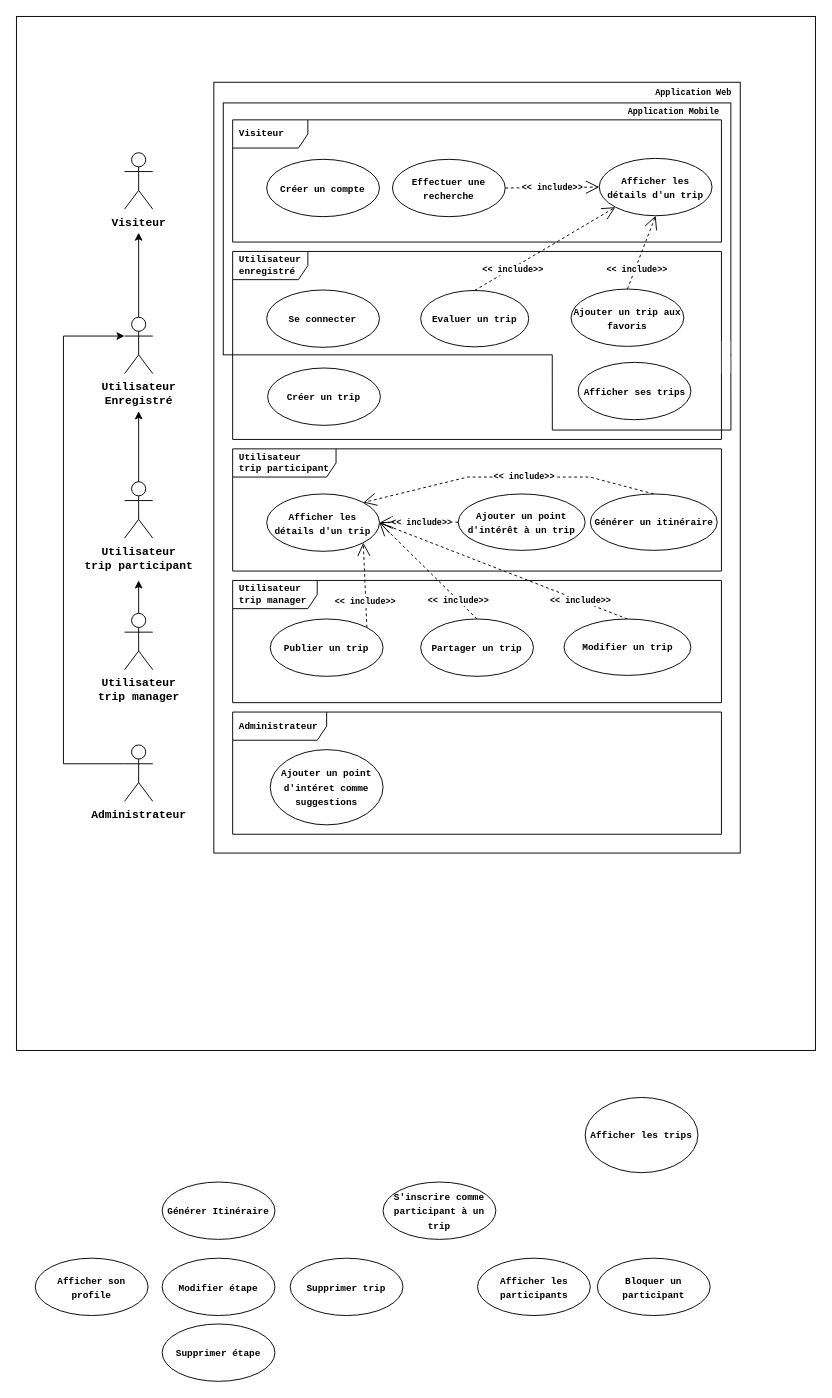
WilliamGordon/GeoCity keeps this draw.io diagram as geocity.analysis/TFE/ressources/diagramme-use-cases.drawio. Above is the earlier version. Source tidied: cells renumbered, new cells numbered last; positions are measured from the earlier drawing's top-left corner, leaving out a move shared by most shapes. Both pictures are drawn from the tidied source at 94%, with x=0, y=0 at pixel (16, 16).
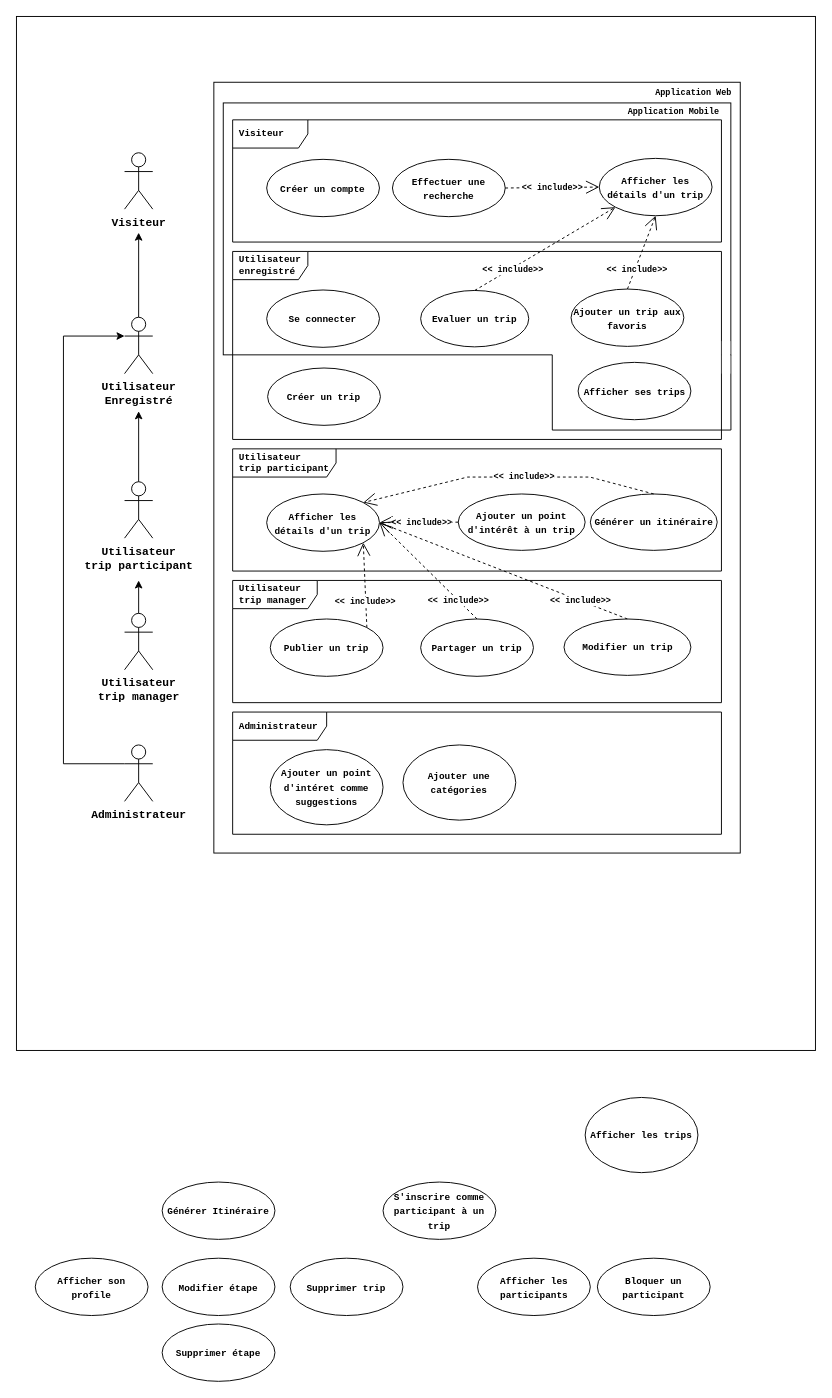
The same diagram, later.

Change to the diagram source:
```diff
@@
+    <mxCell id="56" value="&lt;font size=&quot;1&quot; face=&quot;Courier New&quot;&gt;&lt;b style=&quot;&quot;&gt;Ajouter une catégories&lt;/b&gt;&lt;/font&gt;" style="ellipse;whiteSpace=wrap;html=1;" parent="1" vertex="1">
+      <mxGeometry x="411.2" y="775" width="120" height="80" as="geometry" />
+    </mxCell>
```
